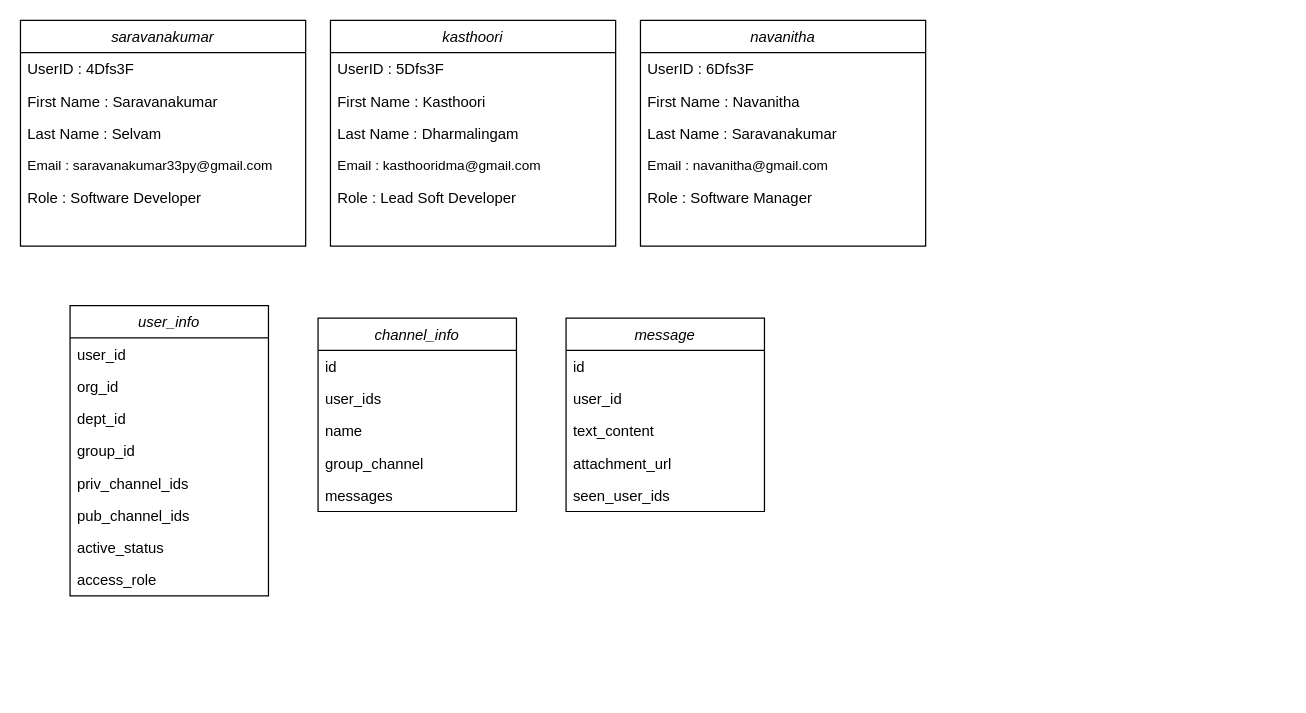
saravase/saravase keeps this draw.io diagram as page "Page-2" (2 of 2) of Untitled Diagram.drawio. Above is the earlier version. Source tidied: cells renumbered, new cells numbered last; positions are measured from the earlier drawing's top-left corner, leaving out a move shared by most shapes. Both pictures are drawn from the tidied source at 124%, with x=0, y=0 at pixel (20, 20).
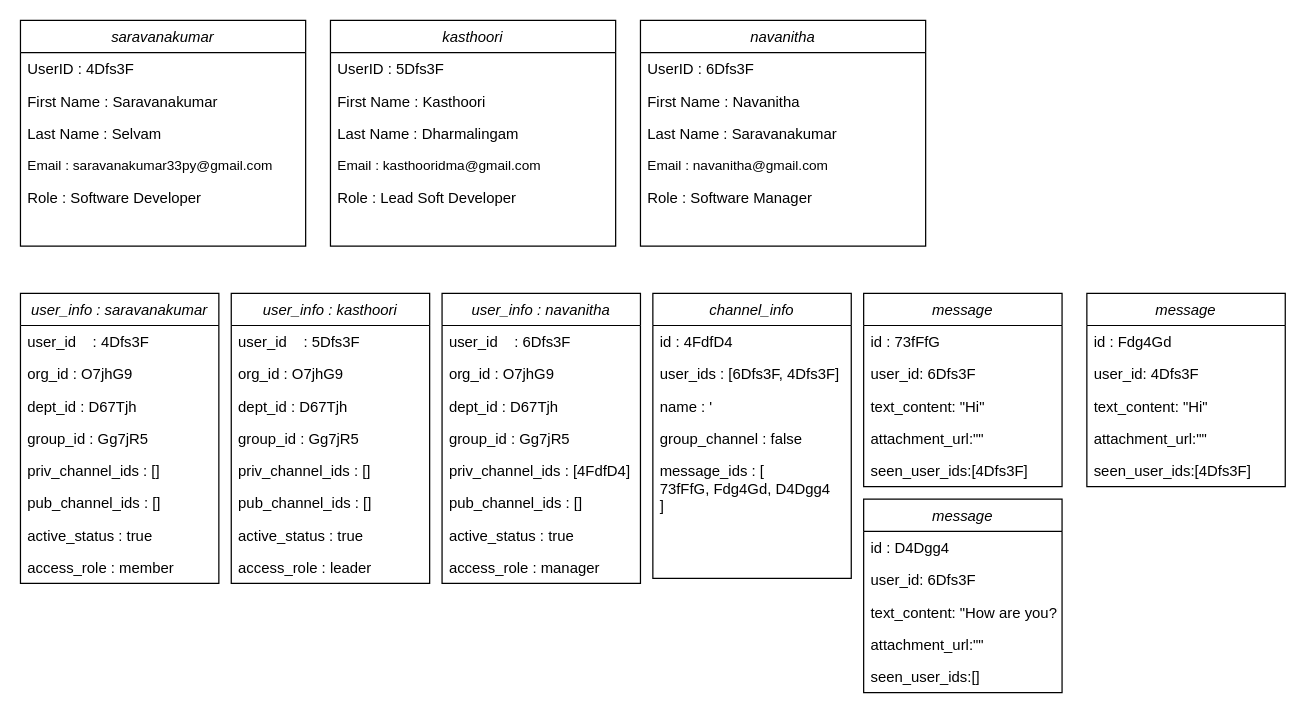
Above is the later version.

Diff of the diagram source:
```diff
@@
-    <mxCell id="2" value="user_info" style="swimlane;fontStyle=2;align=center;verticalAlign=top;horizontal=1;startSize=26;rounded=0;shadow=0;strokeWidth=1;" parent="1" vertex="1">
-      <mxGeometry x="40" y="230" width="160" height="234" as="geometry" />
+    <mxCell id="2" value="user_info : saravanakumar" style="swimlane;fontStyle=2;align=center;verticalAlign=top;horizontal=1;startSize=26;rounded=0;shadow=0;strokeWidth=1;" parent="1" vertex="1">
+      <mxGeometry y="220" width="160" height="234" as="geometry" />
     </mxCell>
-    <mxCell id="3" value="user_id    " style="text;align=left;verticalAlign=top;spacingLeft=4;spacingRight=4;overflow=hidden;" parent="2" vertex="1">
+    <mxCell id="3" value="user_id    : 4Dfs3F" style="text;align=left;verticalAlign=top;spacingLeft=4;spacingRight=4;overflow=hidden;" parent="2" vertex="1">
       <mxGeometry y="26" width="160" height="26" as="geometry" />
     </mxCell>
-    <mxCell id="4" value="org_id" style="text;align=left;verticalAlign=top;spacingLeft=4;spacingRight=4;overflow=hidden;" parent="2" vertex="1">
+    <mxCell id="4" value="org_id : O7jhG9" style="text;align=left;verticalAlign=top;spacingLeft=4;spacingRight=4;overflow=hidden;" parent="2" vertex="1">
       <mxGeometry y="52" width="160" height="26" as="geometry" />
     </mxCell>
-    <mxCell id="5" value="dept_id" style="text;align=left;verticalAlign=top;spacingLeft=4;spacingRight=4;overflow=hidden;" parent="2" vertex="1">
+    <mxCell id="5" value="dept_id : D67Tjh" style="text;align=left;verticalAlign=top;spacingLeft=4;spacingRight=4;overflow=hidden;" parent="2" vertex="1">
       <mxGeometry y="78" width="160" height="26" as="geometry" />
     </mxCell>
-    <mxCell id="6" value="group_id" style="text;align=left;verticalAlign=top;spacingLeft=4;spacingRight=4;overflow=hidden;" parent="2" vertex="1">
+    <mxCell id="6" value="group_id : Gg7jR5" style="text;align=left;verticalAlign=top;spacingLeft=4;spacingRight=4;overflow=hidden;" parent="2" vertex="1">
       <mxGeometry y="104" width="160" height="26" as="geometry" />
     </mxCell>
-    <mxCell id="7" value="priv_channel_ids" style="text;align=left;verticalAlign=top;spacingLeft=4;spacingRight=4;overflow=hidden;" parent="2" vertex="1">
+    <mxCell id="7" value="priv_channel_ids : []" style="text;align=left;verticalAlign=top;spacingLeft=4;spacingRight=4;overflow=hidden;" parent="2" vertex="1">
       <mxGeometry y="130" width="160" height="26" as="geometry" />
     </mxCell>
-    <mxCell id="8" value="pub_channel_ids" style="text;align=left;verticalAlign=top;spacingLeft=4;spacingRight=4;overflow=hidden;" parent="2" vertex="1">
+    <mxCell id="8" value="pub_channel_ids : []" style="text;align=left;verticalAlign=top;spacingLeft=4;spacingRight=4;overflow=hidden;" parent="2" vertex="1">
       <mxGeometry y="156" width="160" height="26" as="geometry" />
     </mxCell>
-    <mxCell id="9" value="active_status" style="text;align=left;verticalAlign=top;spacingLeft=4;spacingRight=4;overflow=hidden;" parent="2" vertex="1">
+    <mxCell id="9" value="active_status : true" style="text;align=left;verticalAlign=top;spacingLeft=4;spacingRight=4;overflow=hidden;" parent="2" vertex="1">
       <mxGeometry y="182" width="160" height="26" as="geometry" />
     </mxCell>
-    <mxCell id="10" value="access_role" style="text;align=left;verticalAlign=top;spacingLeft=4;spacingRight=4;overflow=hidden;" parent="2" vertex="1">
+    <mxCell id="10" value="access_role : member" style="text;align=left;verticalAlign=top;spacingLeft=4;spacingRight=4;overflow=hidden;" parent="2" vertex="1">
       <mxGeometry y="208" width="160" height="26" as="geometry" />
     </mxCell>
     <mxCell id="11" value="channel_info" style="swimlane;fontStyle=2;align=center;verticalAlign=top;horizontal=1;startSize=26;rounded=0;shadow=0;strokeWidth=1;" parent="1" vertex="1">
-      <mxGeometry x="240" y="240" width="160" height="156" as="geometry" />
+      <mxGeometry x="510" y="220" width="160" height="230" as="geometry" />
     </mxCell>
-    <mxCell id="12" value="id" style="text;align=left;verticalAlign=top;spacingLeft=4;spacingRight=4;overflow=hidden;" parent="11" vertex="1">
+    <mxCell id="12" value="id : 4FdfD4" style="text;align=left;verticalAlign=top;spacingLeft=4;spacingRight=4;overflow=hidden;" parent="11" vertex="1">
       <mxGeometry y="26" width="160" height="26" as="geometry" />
     </mxCell>
-    <mxCell id="13" value="user_ids" style="text;align=left;verticalAlign=top;spacingLeft=4;spacingRight=4;overflow=hidden;" parent="11" vertex="1">
+    <mxCell id="13" value="user_ids : [6Dfs3F, 4Dfs3F]" style="text;align=left;verticalAlign=top;spacingLeft=4;spacingRight=4;overflow=hidden;" parent="11" vertex="1">
       <mxGeometry y="52" width="160" height="26" as="geometry" />
     </mxCell>
-    <mxCell id="14" value="name" style="text;align=left;verticalAlign=top;spacingLeft=4;spacingRight=4;overflow=hidden;" parent="11" vertex="1">
+    <mxCell id="14" value="name : '" style="text;align=left;verticalAlign=top;spacingLeft=4;spacingRight=4;overflow=hidden;" parent="11" vertex="1">
       <mxGeometry y="78" width="160" height="26" as="geometry" />
     </mxCell>
-    <mxCell id="15" value="group_channel" style="text;align=left;verticalAlign=top;spacingLeft=4;spacingRight=4;overflow=hidden;" parent="11" vertex="1">
+    <mxCell id="15" value="group_channel : false" style="text;align=left;verticalAlign=top;spacingLeft=4;spacingRight=4;overflow=hidden;" parent="11" vertex="1">
       <mxGeometry y="104" width="160" height="26" as="geometry" />
     </mxCell>
-    <mxCell id="16" value="messages" style="text;align=left;verticalAlign=top;spacingLeft=4;spacingRight=4;overflow=hidden;" parent="11" vertex="1">
-      <mxGeometry y="130" width="160" height="26" as="geometry" />
+    <mxCell id="16" value="message_ids : [&#10;73fFfG, Fdg4Gd, D4Dgg4&#10;]" style="text;align=left;verticalAlign=top;spacingLeft=4;spacingRight=4;overflow=hidden;" parent="11" vertex="1">
+      <mxGeometry y="130" width="160" height="100" as="geometry" />
     </mxCell>
     <mxCell id="17" value="message" style="swimlane;fontStyle=2;align=center;verticalAlign=top;horizontal=1;startSize=26;rounded=0;shadow=0;strokeWidth=1;" parent="1" vertex="1">
-      <mxGeometry x="440" y="240" width="160" height="156" as="geometry" />
+      <mxGeometry x="680" y="220" width="160" height="156" as="geometry" />
     </mxCell>
-    <mxCell id="18" value="id" style="text;align=left;verticalAlign=top;spacingLeft=4;spacingRight=4;overflow=hidden;" parent="17" vertex="1">
+    <mxCell id="18" value="id : 73fFfG" style="text;align=left;verticalAlign=top;spacingLeft=4;spacingRight=4;overflow=hidden;" parent="17" vertex="1">
       <mxGeometry y="26" width="160" height="26" as="geometry" />
     </mxCell>
-    <mxCell id="19" value="user_id" style="text;align=left;verticalAlign=top;spacingLeft=4;spacingRight=4;overflow=hidden;" parent="17" vertex="1">
+    <mxCell id="19" value="user_id: 6Dfs3F" style="text;align=left;verticalAlign=top;spacingLeft=4;spacingRight=4;overflow=hidden;" parent="17" vertex="1">
       <mxGeometry y="52" width="160" height="26" as="geometry" />
     </mxCell>
-    <mxCell id="20" value="text_content" style="text;align=left;verticalAlign=top;spacingLeft=4;spacingRight=4;overflow=hidden;" parent="17" vertex="1">
+    <mxCell id="20" value="text_content: &quot;Hi&quot;" style="text;align=left;verticalAlign=top;spacingLeft=4;spacingRight=4;overflow=hidden;" parent="17" vertex="1">
       <mxGeometry y="78" width="160" height="26" as="geometry" />
     </mxCell>
-    <mxCell id="21" value="attachment_url" style="text;align=left;verticalAlign=top;spacingLeft=4;spacingRight=4;overflow=hidden;" parent="17" vertex="1">
+    <mxCell id="21" value="attachment_url:&quot;&quot;" style="text;align=left;verticalAlign=top;spacingLeft=4;spacingRight=4;overflow=hidden;" parent="17" vertex="1">
       <mxGeometry y="104" width="160" height="26" as="geometry" />
     </mxCell>
-    <mxCell id="22" value="seen_user_ids" style="text;align=left;verticalAlign=top;spacingLeft=4;spacingRight=4;overflow=hidden;" parent="17" vertex="1">
+    <mxCell id="22" value="seen_user_ids:[4Dfs3F]" style="text;align=left;verticalAlign=top;spacingLeft=4;spacingRight=4;overflow=hidden;" parent="17" vertex="1">
       <mxGeometry y="130" width="160" height="26" as="geometry" />
     </mxCell>
@@
+    <mxCell id="41" value="user_info : navanitha" style="swimlane;fontStyle=2;align=center;verticalAlign=top;horizontal=1;startSize=26;rounded=0;shadow=0;strokeWidth=1;" parent="1" vertex="1">
+      <mxGeometry x="340" y="220" width="160" height="234" as="geometry" />
+    </mxCell>
+    <mxCell id="42" value="user_id    : 6Dfs3F" style="text;align=left;verticalAlign=top;spacingLeft=4;spacingRight=4;overflow=hidden;" parent="41" vertex="1">
+      <mxGeometry y="26" width="160" height="26" as="geometry" />
+    </mxCell>
+    <mxCell id="43" value="org_id : O7jhG9" style="text;align=left;verticalAlign=top;spacingLeft=4;spacingRight=4;overflow=hidden;" parent="41" vertex="1">
+      <mxGeometry y="52" width="160" height="26" as="geometry" />
+    </mxCell>
+    <mxCell id="44" value="dept_id : D67Tjh" style="text;align=left;verticalAlign=top;spacingLeft=4;spacingRight=4;overflow=hidden;" parent="41" vertex="1">
+      <mxGeometry y="78" width="160" height="26" as="geometry" />
+    </mxCell>
+    <mxCell id="45" value="group_id : Gg7jR5" style="text;align=left;verticalAlign=top;spacingLeft=4;spacingRight=4;overflow=hidden;" parent="41" vertex="1">
+      <mxGeometry y="104" width="160" height="26" as="geometry" />
+    </mxCell>
+    <mxCell id="46" value="priv_channel_ids : [4FdfD4]" style="text;align=left;verticalAlign=top;spacingLeft=4;spacingRight=4;overflow=hidden;" parent="41" vertex="1">
+      <mxGeometry y="130" width="160" height="26" as="geometry" />
+    </mxCell>
+    <mxCell id="47" value="pub_channel_ids : []" style="text;align=left;verticalAlign=top;spacingLeft=4;spacingRight=4;overflow=hidden;" parent="41" vertex="1">
+      <mxGeometry y="156" width="160" height="26" as="geometry" />
+    </mxCell>
+    <mxCell id="48" value="active_status : true" style="text;align=left;verticalAlign=top;spacingLeft=4;spacingRight=4;overflow=hidden;" parent="41" vertex="1">
+      <mxGeometry y="182" width="160" height="26" as="geometry" />
+    </mxCell>
+    <mxCell id="49" value="access_role : manager" style="text;align=left;verticalAlign=top;spacingLeft=4;spacingRight=4;overflow=hidden;" parent="41" vertex="1">
+      <mxGeometry y="208" width="160" height="26" as="geometry" />
+    </mxCell>
+    <mxCell id="50" value="user_info : kasthoori" style="swimlane;fontStyle=2;align=center;verticalAlign=top;horizontal=1;startSize=26;rounded=0;shadow=0;strokeWidth=1;" parent="1" vertex="1">
+      <mxGeometry x="170" y="220" width="160" height="234" as="geometry" />
+    </mxCell>
+    <mxCell id="51" value="user_id    : 5Dfs3F" style="text;align=left;verticalAlign=top;spacingLeft=4;spacingRight=4;overflow=hidden;" parent="50" vertex="1">
+      <mxGeometry y="26" width="160" height="26" as="geometry" />
+    </mxCell>
+    <mxCell id="52" value="org_id : O7jhG9" style="text;align=left;verticalAlign=top;spacingLeft=4;spacingRight=4;overflow=hidden;" parent="50" vertex="1">
+      <mxGeometry y="52" width="160" height="26" as="geometry" />
+    </mxCell>
+    <mxCell id="53" value="dept_id : D67Tjh" style="text;align=left;verticalAlign=top;spacingLeft=4;spacingRight=4;overflow=hidden;" parent="50" vertex="1">
+      <mxGeometry y="78" width="160" height="26" as="geometry" />
+    </mxCell>
+    <mxCell id="54" value="group_id : Gg7jR5" style="text;align=left;verticalAlign=top;spacingLeft=4;spacingRight=4;overflow=hidden;" parent="50" vertex="1">
+      <mxGeometry y="104" width="160" height="26" as="geometry" />
+    </mxCell>
+    <mxCell id="55" value="priv_channel_ids : []" style="text;align=left;verticalAlign=top;spacingLeft=4;spacingRight=4;overflow=hidden;" parent="50" vertex="1">
+      <mxGeometry y="130" width="160" height="26" as="geometry" />
+    </mxCell>
+    <mxCell id="56" value="pub_channel_ids : []" style="text;align=left;verticalAlign=top;spacingLeft=4;spacingRight=4;overflow=hidden;" parent="50" vertex="1">
+      <mxGeometry y="156" width="160" height="26" as="geometry" />
+    </mxCell>
+    <mxCell id="57" value="active_status : true" style="text;align=left;verticalAlign=top;spacingLeft=4;spacingRight=4;overflow=hidden;" parent="50" vertex="1">
+      <mxGeometry y="182" width="160" height="26" as="geometry" />
+    </mxCell>
+    <mxCell id="58" value="access_role : leader" style="text;align=left;verticalAlign=top;spacingLeft=4;spacingRight=4;overflow=hidden;" parent="50" vertex="1">
+      <mxGeometry y="208" width="160" height="26" as="geometry" />
+    </mxCell>
+    <mxCell id="59" value="message" style="swimlane;fontStyle=2;align=center;verticalAlign=top;horizontal=1;startSize=26;rounded=0;shadow=0;strokeWidth=1;" parent="1" vertex="1">
+      <mxGeometry x="680" y="386" width="160" height="156" as="geometry" />
+    </mxCell>
+    <mxCell id="60" value="id : D4Dgg4" style="text;align=left;verticalAlign=top;spacingLeft=4;spacingRight=4;overflow=hidden;" parent="59" vertex="1">
+      <mxGeometry y="26" width="160" height="26" as="geometry" />
+    </mxCell>
+    <mxCell id="61" value="user_id: 6Dfs3F" style="text;align=left;verticalAlign=top;spacingLeft=4;spacingRight=4;overflow=hidden;" parent="59" vertex="1">
+      <mxGeometry y="52" width="160" height="26" as="geometry" />
+    </mxCell>
+    <mxCell id="62" value="text_content: &quot;How are you?&quot;" style="text;align=left;verticalAlign=top;spacingLeft=4;spacingRight=4;overflow=hidden;" parent="59" vertex="1">
+      <mxGeometry y="78" width="160" height="26" as="geometry" />
+    </mxCell>
+    <mxCell id="63" value="attachment_url:&quot;&quot;" style="text;align=left;verticalAlign=top;spacingLeft=4;spacingRight=4;overflow=hidden;" parent="59" vertex="1">
+      <mxGeometry y="104" width="160" height="26" as="geometry" />
+    </mxCell>
+    <mxCell id="64" value="seen_user_ids:[]" style="text;align=left;verticalAlign=top;spacingLeft=4;spacingRight=4;overflow=hidden;" parent="59" vertex="1">
+      <mxGeometry y="130" width="160" height="26" as="geometry" />
+    </mxCell>
+    <mxCell id="65" value="message" style="swimlane;fontStyle=2;align=center;verticalAlign=top;horizontal=1;startSize=26;rounded=0;shadow=0;strokeWidth=1;" parent="1" vertex="1">
+      <mxGeometry x="860" y="220" width="160" height="156" as="geometry" />
+    </mxCell>
+    <mxCell id="66" value="id : Fdg4Gd" style="text;align=left;verticalAlign=top;spacingLeft=4;spacingRight=4;overflow=hidden;" parent="65" vertex="1">
+      <mxGeometry y="26" width="160" height="26" as="geometry" />
+    </mxCell>
+    <mxCell id="67" value="user_id: 4Dfs3F" style="text;align=left;verticalAlign=top;spacingLeft=4;spacingRight=4;overflow=hidden;" parent="65" vertex="1">
+      <mxGeometry y="52" width="160" height="26" as="geometry" />
+    </mxCell>
+    <mxCell id="68" value="text_content: &quot;Hi&quot;" style="text;align=left;verticalAlign=top;spacingLeft=4;spacingRight=4;overflow=hidden;" parent="65" vertex="1">
+      <mxGeometry y="78" width="160" height="26" as="geometry" />
+    </mxCell>
+    <mxCell id="69" value="attachment_url:&quot;&quot;" style="text;align=left;verticalAlign=top;spacingLeft=4;spacingRight=4;overflow=hidden;" parent="65" vertex="1">
+      <mxGeometry y="104" width="160" height="26" as="geometry" />
+    </mxCell>
+    <mxCell id="70" value="seen_user_ids:[4Dfs3F]" style="text;align=left;verticalAlign=top;spacingLeft=4;spacingRight=4;overflow=hidden;" parent="65" vertex="1">
+      <mxGeometry y="130" width="160" height="26" as="geometry" />
+    </mxCell>
```
